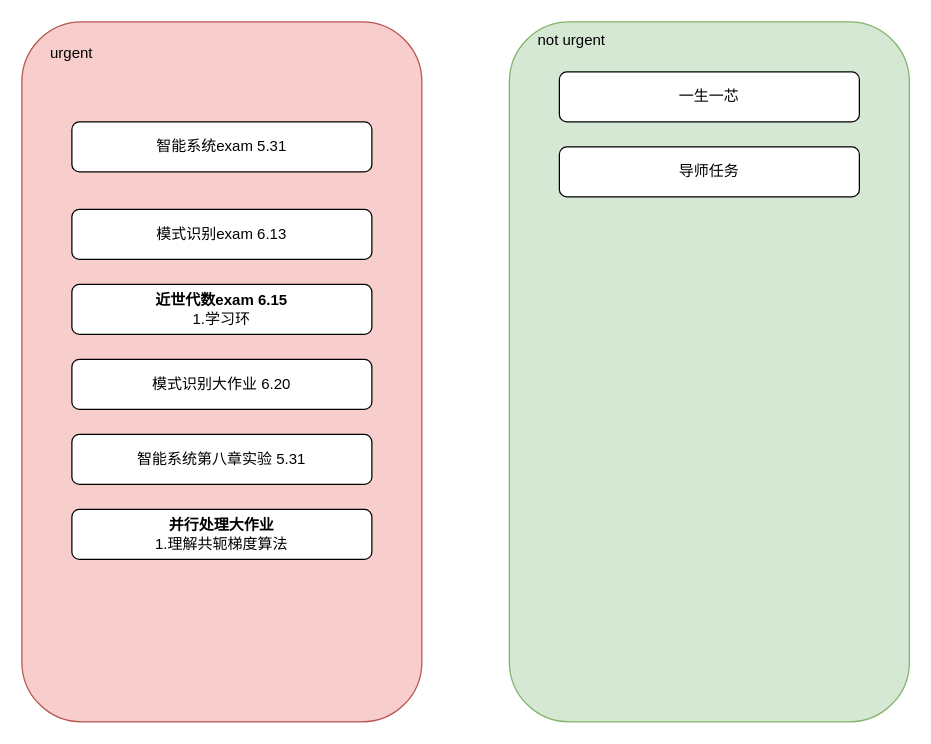
DavidZyy/drawio_repo keeps this draw.io diagram as todo work.drawio. Above is the earlier version. Source tidied: cells renumbered, new cells numbered last; positions are measured from the earlier drawing's top-left corner, leaving out a move shared by most shapes. Both pictures are drawn from the tidied source at 125%, with x=0, y=0 at pixel (21, 21).
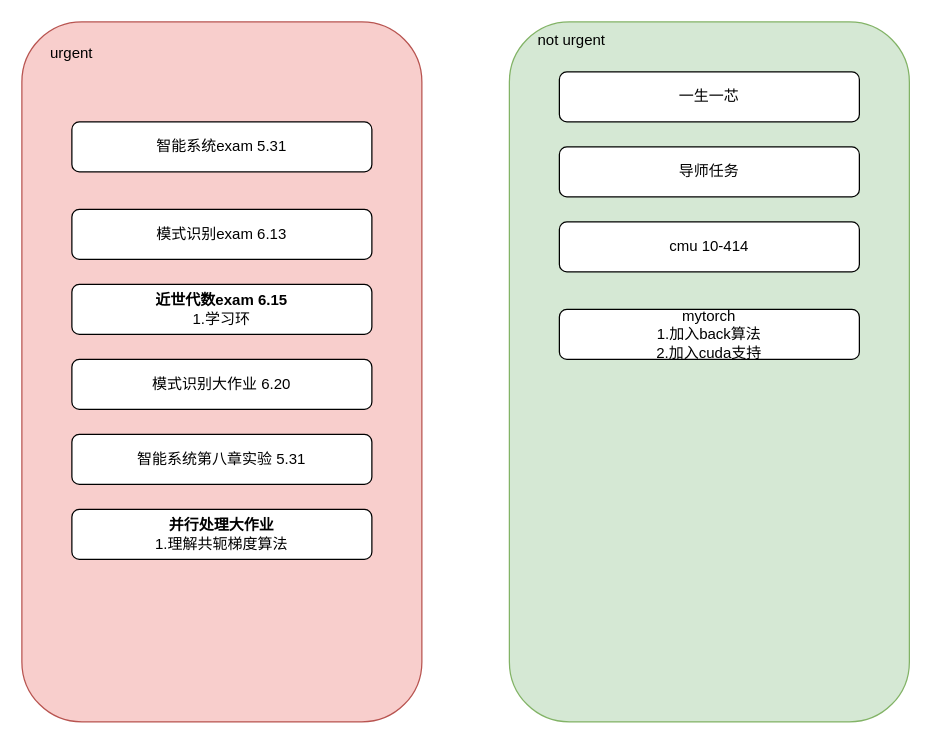
Above is the later version.

Change to the diagram source:
```diff
@@
 <mxGraphModel>
   <root>
     <mxCell id="0" />
     <mxCell id="1" parent="0" />
     <mxCell id="2" style="rounded=1;whiteSpace=wrap;html=1;fillColor=#f8cecc;strokeColor=#b85450;" parent="1" vertex="1">
       <mxGeometry width="320" height="560" as="geometry" />
     </mxCell>
     <mxCell id="3" value="urgent" style="text;strokeColor=none;align=center;fillColor=none;html=1;verticalAlign=middle;whiteSpace=wrap;rounded=0;" parent="1" vertex="1">
       <mxGeometry x="10" y="10" width="60" height="30" as="geometry" />
     </mxCell>
     <mxCell id="4" style="rounded=1;whiteSpace=wrap;html=1;fillColor=#d5e8d4;strokeColor=#82b366;" parent="1" vertex="1">
       <mxGeometry x="390" width="320" height="560" as="geometry" />
     </mxCell>
     <mxCell id="5" value="not urgent" style="text;strokeColor=none;align=center;fillColor=none;html=1;verticalAlign=middle;whiteSpace=wrap;rounded=0;" parent="1" vertex="1">
       <mxGeometry x="410" width="60" height="30" as="geometry" />
     </mxCell>
     <mxCell id="6" value="模式识别exam 6.13" style="rounded=1;whiteSpace=wrap;html=1;" parent="1" vertex="1">
       <mxGeometry x="40" y="150" width="240" height="40" as="geometry" />
     </mxCell>
     <mxCell id="7" value="智能系统exam 5.31" style="rounded=1;whiteSpace=wrap;html=1;" parent="1" vertex="1">
       <mxGeometry x="40" y="80" width="240" height="40" as="geometry" />
     </mxCell>
     <mxCell id="8" value="&lt;b&gt;近世代数exam 6.15&lt;/b&gt;&lt;div&gt;1.学习环&lt;/div&gt;" style="rounded=1;whiteSpace=wrap;html=1;" parent="1" vertex="1">
       <mxGeometry x="40" y="210" width="240" height="40" as="geometry" />
     </mxCell>
     <mxCell id="9" value="模式识别大作业 6.20" style="rounded=1;whiteSpace=wrap;html=1;" parent="1" vertex="1">
       <mxGeometry x="40" y="270" width="240" height="40" as="geometry" />
     </mxCell>
     <mxCell id="10" value="智能系统第八章实验 5.31" style="rounded=1;whiteSpace=wrap;html=1;" parent="1" vertex="1">
       <mxGeometry x="40" y="330" width="240" height="40" as="geometry" />
     </mxCell>
     <mxCell id="11" value="一生一芯" style="rounded=1;whiteSpace=wrap;html=1;" parent="1" vertex="1">
       <mxGeometry x="430" y="40" width="240" height="40" as="geometry" />
     </mxCell>
     <mxCell id="12" value="导师任务" style="rounded=1;whiteSpace=wrap;html=1;" parent="1" vertex="1">
       <mxGeometry x="430" y="100" width="240" height="40" as="geometry" />
     </mxCell>
     <mxCell id="13" value="&lt;b&gt;并行处理大作业&lt;/b&gt;&lt;div&gt;1.理解共轭梯度算法&lt;/div&gt;" style="rounded=1;whiteSpace=wrap;html=1;" parent="1" vertex="1">
       <mxGeometry x="40" y="390" width="240" height="40" as="geometry" />
     </mxCell>
+    <mxCell id="14" value="cmu 10-414" style="rounded=1;whiteSpace=wrap;html=1;" parent="1" vertex="1">
+      <mxGeometry x="430" y="160" width="240" height="40" as="geometry" />
+    </mxCell>
+    <mxCell id="15" value="mytorch&lt;div&gt;1.加入back算法&lt;/div&gt;&lt;div&gt;2.加入cuda支持&lt;/div&gt;" style="rounded=1;whiteSpace=wrap;html=1;" parent="1" vertex="1">
+      <mxGeometry x="430" y="230" width="240" height="40" as="geometry" />
+    </mxCell>
   </root>
 </mxGraphModel>
```
